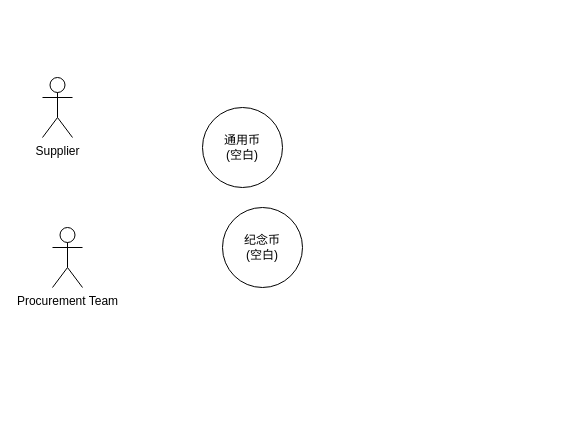
Above: 未命名绘图.drawio in johnseetoh25/draw.io_Gallery (draw.io), before the change. Source tidied: cells renumbered, new cells numbered last; positions are measured from the earlier drawing's top-left corner, leaving out a move shared by most shapes. Both pictures are drawn from the tidied source at 100%, with x=0, y=0 at pixel (42, 77).
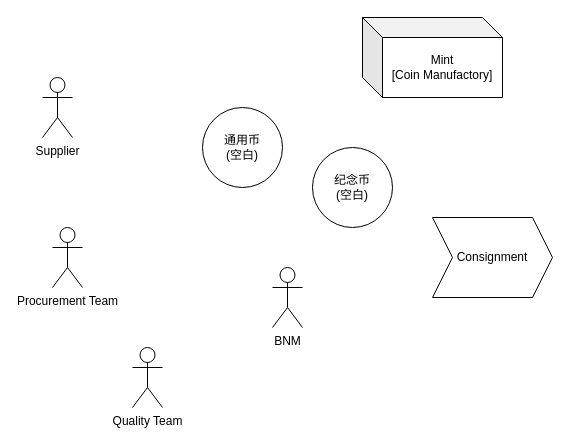
The same page after the edit.

Commit message:
更新未命名绘图.drawio

What changed in the source:
```diff
@@
 <mxGraphModel>
   <root>
     <mxCell id="0" />
     <mxCell id="1" parent="0" />
     <mxCell id="2" value="Supplier" style="shape=umlActor;verticalLabelPosition=bottom;verticalAlign=top;html=1;" parent="1" vertex="1">
       <mxGeometry width="30" height="60" as="geometry" />
     </mxCell>
     <mxCell id="3" value="Procurement Team" style="shape=umlActor;verticalLabelPosition=bottom;verticalAlign=top;html=1;" parent="1" vertex="1">
       <mxGeometry x="10" y="150" width="30" height="60" as="geometry" />
     </mxCell>
     <mxCell id="4" value="纪念币&lt;br&gt;(空白)" style="ellipse;whiteSpace=wrap;html=1;" parent="1" vertex="1">
-      <mxGeometry x="180" y="130" width="80" height="80" as="geometry" />
+      <mxGeometry x="270" y="70" width="80" height="80" as="geometry" />
     </mxCell>
     <mxCell id="5" value="通用币&lt;br&gt;(空白)" style="ellipse;whiteSpace=wrap;html=1;" parent="1" vertex="1">
       <mxGeometry x="160" y="30" width="80" height="80" as="geometry" />
     </mxCell>
+    <mxCell id="6" value="Mint&lt;br&gt;[Coin Manufactory]" style="shape=cube;whiteSpace=wrap;html=1;boundedLbl=1;backgroundOutline=1;darkOpacity=0.05;darkOpacity2=0.1;" parent="1" vertex="1">
+      <mxGeometry x="320" y="-60" width="140" height="80" as="geometry" />
+    </mxCell>
+    <mxCell id="7" value="Quality Team" style="shape=umlActor;verticalLabelPosition=bottom;verticalAlign=top;html=1;" parent="1" vertex="1">
+      <mxGeometry x="90" y="270" width="30" height="60" as="geometry" />
+    </mxCell>
+    <mxCell id="8" value="Consignment" style="shape=step;perimeter=stepPerimeter;whiteSpace=wrap;html=1;fixedSize=1;" parent="1" vertex="1">
+      <mxGeometry x="390" y="140" width="120" height="80" as="geometry" />
+    </mxCell>
+    <mxCell id="9" value="BNM" style="shape=umlActor;verticalLabelPosition=bottom;verticalAlign=top;html=1;" parent="1" vertex="1">
+      <mxGeometry x="230" y="190" width="30" height="60" as="geometry" />
+    </mxCell>
   </root>
 </mxGraphModel>
```
